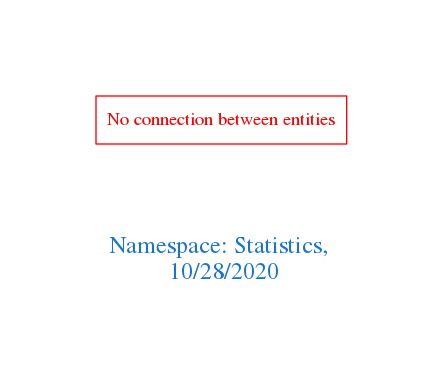
Earlier version of the Graphviz export downloads/Statistics.png (arago/OGIT). Its source is kept beside it as downloads/Statistics.dot.
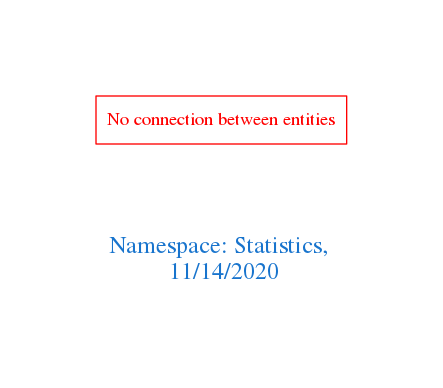
After the change.

What changed in the source:
```diff
@@ -1,7 +1,7 @@
 digraph OGIT_ontology {
  graph [ rankdir= LR,pad=1
 fontsize = 18,
-fontcolor= dodgerblue3,label = "\n\n\nNamespace: Statistics, \n 10/28/2020"];
+fontcolor= dodgerblue3,label = "\n\n\nNamespace: Statistics, \n 11/14/2020"];
 node[shape=polygon];
 edge [  color="gray81"];
 
```
